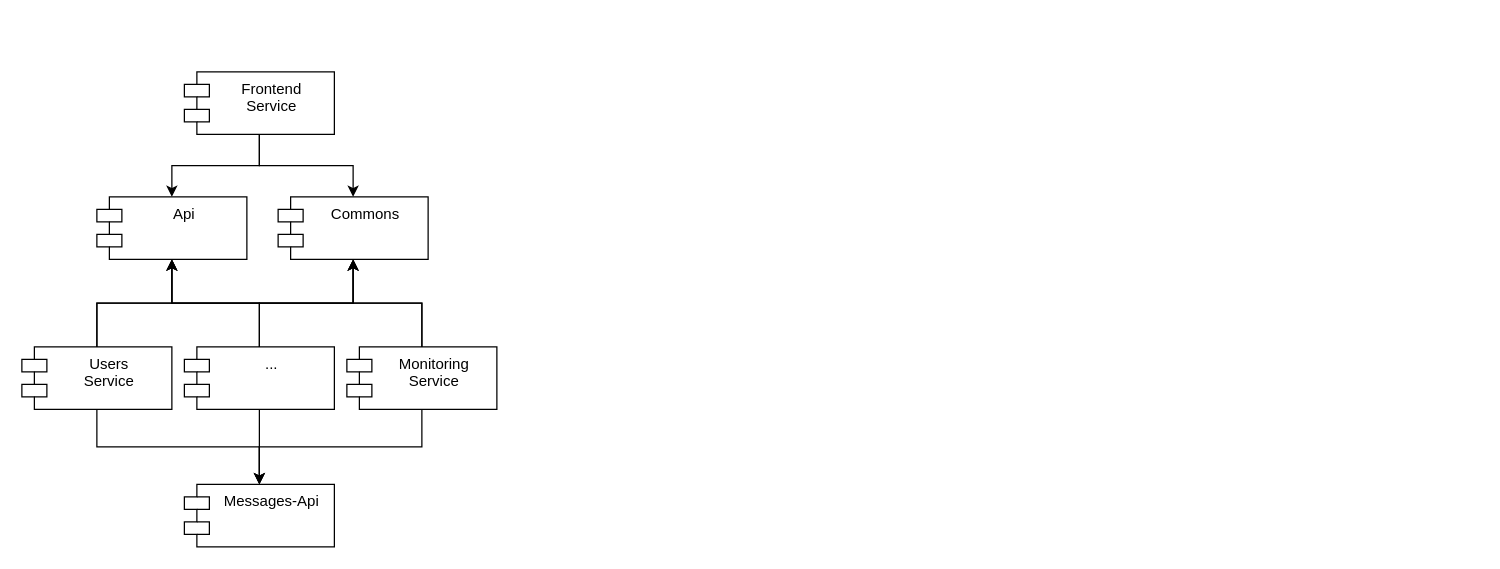
The draw.io diagram page "Modules" (6 of 7) of resources/piperchat.drawio in zucchero-sintattico/piperchat, before the edit. Source tidied: cells renumbered, new cells numbered last; positions are measured from the earlier drawing's top-left corner, leaving out a move shared by most shapes. Both pictures are drawn from the tidied source at 125%, with x=0, y=0 at pixel (21, 71).
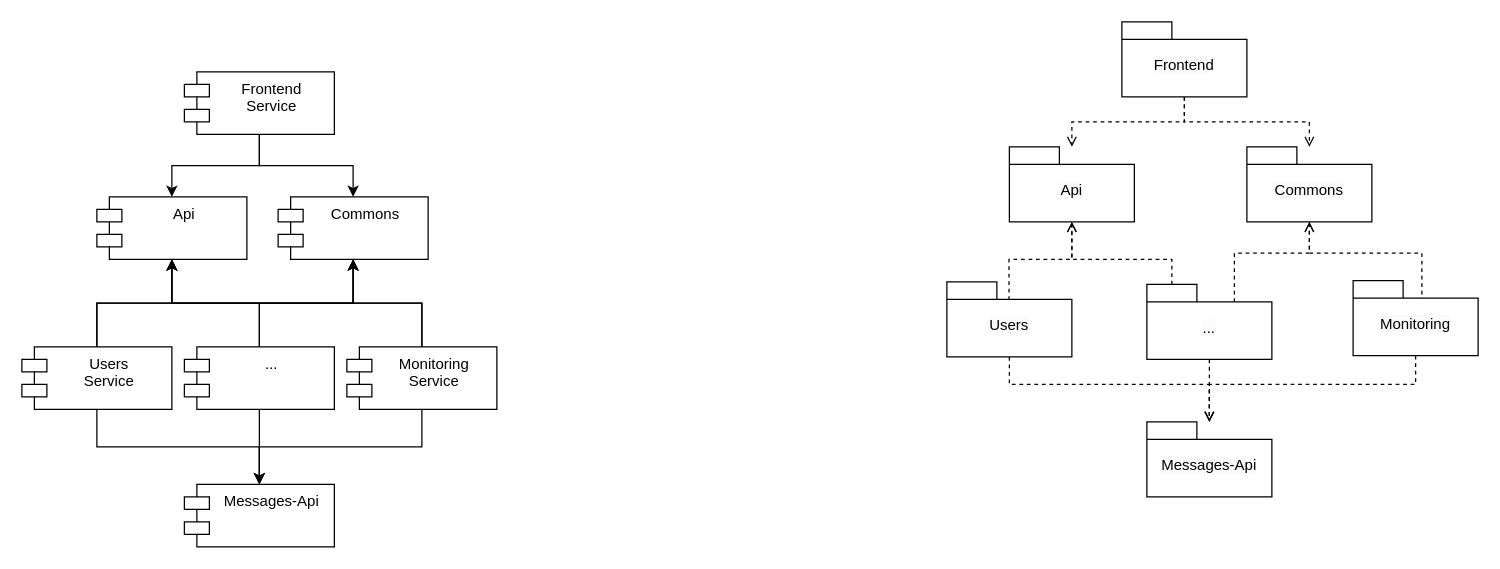
The same diagram, later.

Diff of the diagram source:
```diff
@@
+    <mxCell id="20" style="edgeStyle=orthogonalEdgeStyle;rounded=0;jettySize=auto;html=1;dashed=1;endArrow=open;endFill=0;" parent="1" edge="1" source="22" target="23">
+      <mxGeometry relative="1" as="geometry" />
+    </mxCell>
+    <mxCell id="21" style="edgeStyle=orthogonalEdgeStyle;rounded=0;jettySize=auto;html=1;dashed=1;endArrow=open;endFill=0;" parent="1" edge="1" source="22" target="24">
+      <mxGeometry relative="1" as="geometry" />
+    </mxCell>
+    <mxCell id="22" value="&lt;span style=&quot;caret-color: rgb(0, 0, 0); color: rgb(0, 0, 0); font-family: Helvetica; font-size: 12px; font-style: normal; font-variant-caps: normal; font-weight: 400; letter-spacing: normal; text-align: center; text-indent: 0px; text-transform: none; word-spacing: 0px; -webkit-text-stroke-width: 0px; background-color: rgb(251, 251, 251); text-decoration: none; float: none; display: inline !important;&quot;&gt;Frontend&lt;/span&gt;" style="shape=folder;fontStyle=1;spacingTop=10;tabWidth=40;tabHeight=14;tabPosition=left;html=1;whiteSpace=wrap;" parent="1" vertex="1">
+      <mxGeometry x="880" y="-40" width="100" height="60" as="geometry" />
+    </mxCell>
+    <mxCell id="23" value="&lt;span style=&quot;caret-color: rgb(0, 0, 0); color: rgb(0, 0, 0); font-family: Helvetica; font-size: 12px; font-style: normal; font-variant-caps: normal; font-weight: 400; letter-spacing: normal; text-align: center; text-indent: 0px; text-transform: none; word-spacing: 0px; -webkit-text-stroke-width: 0px; background-color: rgb(251, 251, 251); text-decoration: none; float: none; display: inline !important;&quot;&gt;Api&lt;/span&gt;" style="shape=folder;fontStyle=1;spacingTop=10;tabWidth=40;tabHeight=14;tabPosition=left;html=1;whiteSpace=wrap;" parent="1" vertex="1">
+      <mxGeometry x="790" y="60" width="100" height="60" as="geometry" />
+    </mxCell>
+    <mxCell id="24" value="&lt;span style=&quot;caret-color: rgb(0, 0, 0); color: rgb(0, 0, 0); font-family: Helvetica; font-size: 12px; font-style: normal; font-variant-caps: normal; font-weight: 400; letter-spacing: normal; text-align: center; text-indent: 0px; text-transform: none; word-spacing: 0px; -webkit-text-stroke-width: 0px; background-color: rgb(251, 251, 251); text-decoration: none; float: none; display: inline !important;&quot;&gt;Commons&lt;/span&gt;" style="shape=folder;fontStyle=1;spacingTop=10;tabWidth=40;tabHeight=14;tabPosition=left;html=1;whiteSpace=wrap;" parent="1" vertex="1">
+      <mxGeometry x="980" y="60" width="100" height="60" as="geometry" />
+    </mxCell>
+    <mxCell id="25" style="rounded=0;jettySize=auto;html=1;dashed=1;endArrow=open;endFill=0;edgeStyle=orthogonalEdgeStyle;" parent="1" edge="1" source="27" target="35">
+      <mxGeometry relative="1" as="geometry">
+        <Array as="points">
+          <mxPoint x="790" y="250" />
+          <mxPoint x="950" y="250" />
+        </Array>
+      </mxGeometry>
+    </mxCell>
+    <mxCell id="26" style="rounded=0;jettySize=auto;html=1;dashed=1;endArrow=open;endFill=0;edgeStyle=orthogonalEdgeStyle;exitX=0.497;exitY=0.24;exitDx=0;exitDy=0;exitPerimeter=0;" parent="1" edge="1" source="27" target="23">
+      <mxGeometry relative="1" as="geometry">
+        <Array as="points">
+          <mxPoint x="790" y="150" />
+          <mxPoint x="840" y="150" />
+        </Array>
+      </mxGeometry>
+    </mxCell>
+    <mxCell id="27" value="&lt;span style=&quot;caret-color: rgb(0, 0, 0); color: rgb(0, 0, 0); font-family: Helvetica; font-size: 12px; font-style: normal; font-variant-caps: normal; font-weight: 400; letter-spacing: normal; text-align: center; text-indent: 0px; text-transform: none; word-spacing: 0px; -webkit-text-stroke-width: 0px; background-color: rgb(251, 251, 251); text-decoration: none; float: none; display: inline !important;&quot;&gt;Users&lt;/span&gt;" style="shape=folder;fontStyle=1;spacingTop=10;tabWidth=40;tabHeight=14;tabPosition=left;html=1;whiteSpace=wrap;" parent="1" vertex="1">
+      <mxGeometry x="740" y="168" width="100" height="60" as="geometry" />
+    </mxCell>
+    <mxCell id="28" style="rounded=0;jettySize=auto;html=1;dashed=1;endArrow=open;endFill=0;edgeStyle=orthogonalEdgeStyle;" parent="1" edge="1" source="30" target="35">
+      <mxGeometry relative="1" as="geometry">
+        <Array as="points">
+          <mxPoint x="1115" y="250" />
+          <mxPoint x="950" y="250" />
+        </Array>
+      </mxGeometry>
+    </mxCell>
+    <mxCell id="29" style="rounded=0;jettySize=auto;html=1;dashed=1;endArrow=open;endFill=0;edgeStyle=orthogonalEdgeStyle;exitX=0;exitY=0;exitDx=70;exitDy=14;exitPerimeter=0;" parent="1" edge="1" source="30" target="24">
+      <mxGeometry relative="1" as="geometry">
+        <Array as="points">
+          <mxPoint x="1120" y="184" />
+          <mxPoint x="1120" y="145" />
+          <mxPoint x="1030" y="145" />
+        </Array>
+      </mxGeometry>
+    </mxCell>
+    <mxCell id="30" value="&lt;span style=&quot;caret-color: rgb(0, 0, 0); color: rgb(0, 0, 0); font-family: Helvetica; font-size: 12px; font-style: normal; font-variant-caps: normal; font-weight: 400; letter-spacing: normal; text-align: center; text-indent: 0px; text-transform: none; word-spacing: 0px; -webkit-text-stroke-width: 0px; background-color: rgb(251, 251, 251); text-decoration: none; float: none; display: inline !important;&quot;&gt;Monitoring&lt;/span&gt;" style="shape=folder;fontStyle=1;spacingTop=10;tabWidth=40;tabHeight=14;tabPosition=left;html=1;whiteSpace=wrap;" parent="1" vertex="1">
+      <mxGeometry x="1065" y="167" width="100" height="60" as="geometry" />
+    </mxCell>
+    <mxCell id="31" style="rounded=0;jettySize=auto;html=1;dashed=1;endArrow=open;endFill=0;edgeStyle=orthogonalEdgeStyle;" parent="1" edge="1" source="34" target="35">
+      <mxGeometry relative="1" as="geometry" />
+    </mxCell>
+    <mxCell id="32" style="rounded=0;jettySize=auto;html=1;dashed=1;endArrow=open;endFill=0;edgeStyle=orthogonalEdgeStyle;" parent="1" edge="1" source="34" target="23">
+      <mxGeometry relative="1" as="geometry">
+        <Array as="points">
+          <mxPoint x="920" y="150" />
+          <mxPoint x="840" y="150" />
+        </Array>
+      </mxGeometry>
+    </mxCell>
+    <mxCell id="33" style="rounded=0;jettySize=auto;html=1;dashed=1;endArrow=open;endFill=0;edgeStyle=orthogonalEdgeStyle;exitX=0;exitY=0;exitDx=70;exitDy=14;exitPerimeter=0;" parent="1" edge="1" source="34" target="24">
+      <mxGeometry relative="1" as="geometry">
+        <Array as="points">
+          <mxPoint x="970" y="145" />
+          <mxPoint x="1030" y="145" />
+        </Array>
+      </mxGeometry>
+    </mxCell>
+    <mxCell id="34" value="&lt;span style=&quot;caret-color: rgb(0, 0, 0); color: rgb(0, 0, 0); font-family: Helvetica; font-size: 12px; font-style: normal; font-variant-caps: normal; font-weight: 400; letter-spacing: normal; text-align: center; text-indent: 0px; text-transform: none; word-spacing: 0px; -webkit-text-stroke-width: 0px; background-color: rgb(251, 251, 251); text-decoration: none; float: none; display: inline !important;&quot;&gt;...&lt;/span&gt;" style="shape=folder;fontStyle=1;spacingTop=10;tabWidth=40;tabHeight=14;tabPosition=left;html=1;whiteSpace=wrap;" parent="1" vertex="1">
+      <mxGeometry x="900" y="170" width="100" height="60" as="geometry" />
+    </mxCell>
+    <mxCell id="35" value="&lt;span style=&quot;caret-color: rgb(0, 0, 0); color: rgb(0, 0, 0); font-family: Helvetica; font-size: 12px; font-style: normal; font-variant-caps: normal; font-weight: 400; letter-spacing: normal; text-align: center; text-indent: 0px; text-transform: none; word-spacing: 0px; -webkit-text-stroke-width: 0px; background-color: rgb(251, 251, 251); text-decoration: none; float: none; display: inline !important;&quot;&gt;Messages-Api&lt;/span&gt;" style="shape=folder;fontStyle=1;spacingTop=10;tabWidth=40;tabHeight=14;tabPosition=left;html=1;whiteSpace=wrap;" parent="1" vertex="1">
+      <mxGeometry x="900" y="280" width="100" height="60" as="geometry" />
+    </mxCell>
```
